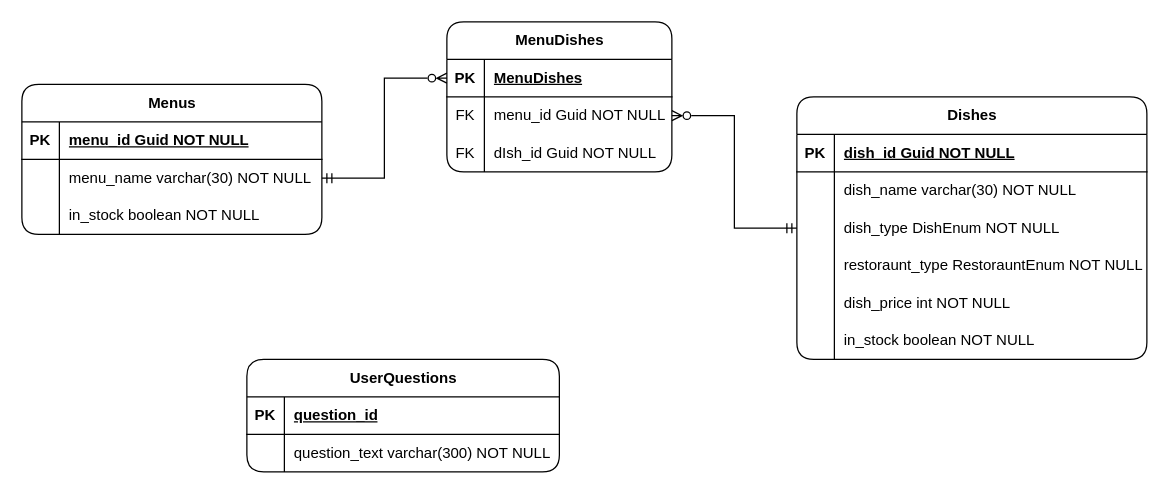
Before: ERD Diagram.drawio in Fawa24/course-work, a draw.io diagram. Source tidied: cells renumbered, new cells numbered last; positions are measured from the earlier drawing's top-left corner, leaving out a move shared by most shapes. Both pictures are drawn from the tidied source at 125%, with x=0, y=0 at pixel (21, 21).
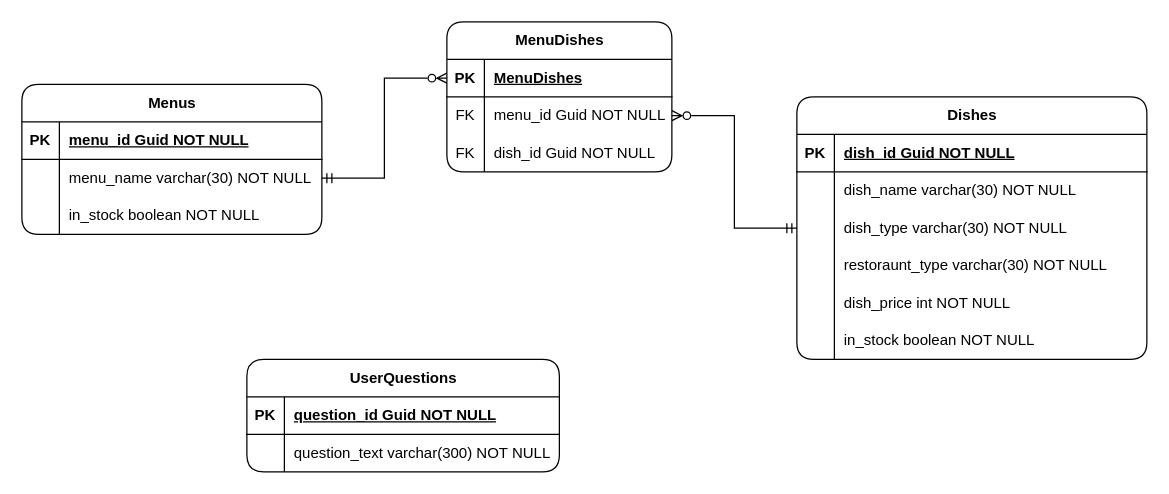
Above is the later version.

The change refers to these unchanged cells:
```xml
<mxCell id="9" style="shape=tableRow;horizontal=0;startSize=0;swimlaneHead=0;swimlaneBody=0;fillColor=none;points=[[0,0.5],[1,0.5]];portConstraint=eastwest;top=0;left=0;right=0;bottom=0;" parent="2" vertex="1">
  <mxGeometry y="90" width="280" height="30" as="geometry" />
</mxCell>
<mxCell id="12" style="shape=tableRow;horizontal=0;startSize=0;swimlaneHead=0;swimlaneBody=0;fillColor=none;top=0;left=0;right=0;bottom=0;" parent="2" vertex="1">
  <mxGeometry y="120" width="280" height="30" as="geometry" />
</mxCell>
<mxCell id="38" style="shape=tableRow;horizontal=0;startSize=0;swimlaneHead=0;swimlaneBody=0;fillColor=none;top=0;left=0;right=0;bottom=0;" parent="31" vertex="1">
  <mxGeometry y="90" width="180" height="30" as="geometry" />
</mxCell>
<mxCell id="44" style="shape=tableRow;horizontal=0;startSize=0;swimlaneHead=0;swimlaneBody=0;fillColor=none;top=0;left=0;right=0;bottom=1;" parent="43" vertex="1">
  <mxGeometry y="30" width="250" height="30" as="geometry" />
</mxCell>
```

What changed in the source:
```diff
@@
-    <mxCell id="11" value="&lt;span style=&quot;text-wrap: nowrap;&quot;&gt;dish_type DishEnum NOT NULL&lt;/span&gt;" style="shape=partialRectangle;fillColor=none;top=0;left=0;bottom=0;right=0;align=left;spacingLeft=6;overflow=hidden;whiteSpace=wrap;html=1;" parent="9" vertex="1">
+    <mxCell id="11" value="&lt;span style=&quot;text-wrap: nowrap;&quot;&gt;dish_type varchar(30) NOT NULL&lt;/span&gt;" style="shape=partialRectangle;fillColor=none;top=0;left=0;bottom=0;right=0;align=left;spacingLeft=6;overflow=hidden;whiteSpace=wrap;html=1;" parent="9" vertex="1">
       <mxGeometry x="30" width="250" height="30" as="geometry" />
     </mxCell>
@@
-    <mxCell id="14" value="&lt;span style=&quot;text-wrap: nowrap;&quot;&gt;restoraunt_type RestorauntEnum NOT NULL&lt;/span&gt;" style="shape=partialRectangle;fillColor=none;top=0;left=0;bottom=0;right=0;align=left;spacingLeft=6;overflow=hidden;whiteSpace=wrap;html=1;" parent="12" vertex="1">
+    <mxCell id="14" value="&lt;span style=&quot;text-wrap: nowrap;&quot;&gt;restoraunt_type varchar(30) NOT NULL&lt;/span&gt;" style="shape=partialRectangle;fillColor=none;top=0;left=0;bottom=0;right=0;align=left;spacingLeft=6;overflow=hidden;whiteSpace=wrap;html=1;" parent="12" vertex="1">
       <mxGeometry x="30" width="250" height="30" as="geometry" />
     </mxCell>
@@
-    <mxCell id="40" value="dIsh_id Guid NOT NULL" style="shape=partialRectangle;fillColor=none;top=0;left=0;bottom=0;right=0;align=left;spacingLeft=6;overflow=hidden;whiteSpace=wrap;html=1;" parent="38" vertex="1">
+    <mxCell id="40" value="dish_id Guid NOT NULL" style="shape=partialRectangle;fillColor=none;top=0;left=0;bottom=0;right=0;align=left;spacingLeft=6;overflow=hidden;whiteSpace=wrap;html=1;" parent="38" vertex="1">
       <mxGeometry x="30" width="150" height="30" as="geometry" />
     </mxCell>
@@
-    <mxCell id="46" value="question_id" style="shape=partialRectangle;fillColor=none;top=0;left=0;bottom=0;right=0;align=left;spacingLeft=6;fontStyle=5;overflow=hidden;whiteSpace=wrap;html=1;" parent="44" vertex="1">
+    <mxCell id="46" value="question_id Guid NOT NULL" style="shape=partialRectangle;fillColor=none;top=0;left=0;bottom=0;right=0;align=left;spacingLeft=6;fontStyle=5;overflow=hidden;whiteSpace=wrap;html=1;" parent="44" vertex="1">
       <mxGeometry x="30" width="220" height="30" as="geometry" />
     </mxCell>
```
